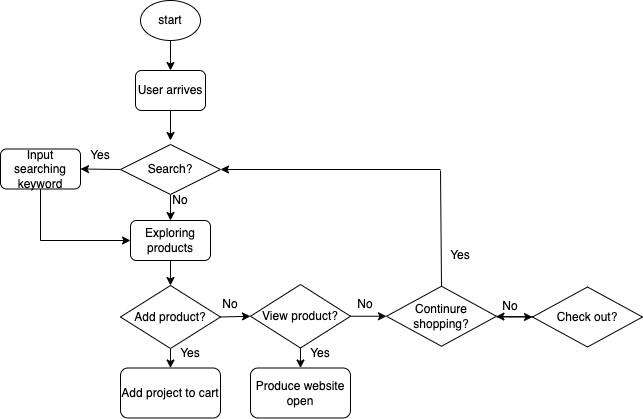
The draw.io diagram explore/diagramming/diagram.drawio.png in Sara0112/sp24-cse110-lab4, before a commit. Source tidied: cells renumbered, new cells last; positions are measured from the earlier drawing's top-left corner, leaving out a move shared by most shapes. The source it was exported from:
```xml
<mxGraphModel>
  <root>
    <mxCell id="0" />
    <mxCell id="1" parent="0" />
    <mxCell id="2" value="start" style="ellipse;whiteSpace=wrap;html=1;" parent="1" vertex="1">
      <mxGeometry x="140" width="60" height="40" as="geometry" />
    </mxCell>
    <mxCell id="3" value="User arrives" style="rounded=1;whiteSpace=wrap;html=1;" parent="1" vertex="1">
      <mxGeometry x="135" y="70" width="70" height="40" as="geometry" />
    </mxCell>
    <mxCell id="4" style="edgeStyle=none;html=1;exitX=0;exitY=0.5;exitDx=0;exitDy=0;entryX=1;entryY=0.5;entryDx=0;entryDy=0;" parent="1" edge="1" source="5" target="8">
      <mxGeometry relative="1" as="geometry" />
    </mxCell>
    <mxCell id="5" value="Search?" style="rhombus;whiteSpace=wrap;html=1;" parent="1" vertex="1">
      <mxGeometry x="120" y="144" width="100" height="50" as="geometry" />
    </mxCell>
    <mxCell id="6" style="edgeStyle=none;html=1;exitX=0.5;exitY=1;exitDx=0;exitDy=0;entryX=0.5;entryY=0;entryDx=0;entryDy=0;" parent="1" edge="1" source="7" target="18">
      <mxGeometry relative="1" as="geometry" />
    </mxCell>
    <mxCell id="7" value="Exploring products" style="rounded=1;whiteSpace=wrap;html=1;" parent="1" vertex="1">
      <mxGeometry x="130" y="220" width="80" height="40" as="geometry" />
    </mxCell>
    <mxCell id="8" value="Input searching keyword" style="rounded=1;whiteSpace=wrap;html=1;" parent="1" vertex="1">
      <mxGeometry y="148.5" width="80" height="40" as="geometry" />
    </mxCell>
    <mxCell id="9" style="endArrow=classic;html=1;exitX=0.5;exitY=1;exitDx=0;exitDy=0;entryX=0.5;entryY=0;entryDx=0;entryDy=0;" parent="1" edge="1" source="2" target="3">
      <mxGeometry relative="1" as="geometry" />
    </mxCell>
    <mxCell id="10" style="endArrow=classic;html=1;exitX=0.5;exitY=1;exitDx=0;exitDy=0;entryX=0.5;entryY=0;entryDx=0;entryDy=0;" parent="1" edge="1">
      <mxGeometry relative="1" as="geometry">
        <mxPoint x="170" y="110" as="sourcePoint" />
        <mxPoint x="170" y="140" as="targetPoint" />
      </mxGeometry>
    </mxCell>
    <mxCell id="11" style="endArrow=classic;html=1;exitX=0.5;exitY=1;exitDx=0;exitDy=0;entryX=0.5;entryY=0;entryDx=0;entryDy=0;" parent="1" edge="1" source="5" target="7">
      <mxGeometry relative="1" as="geometry" />
    </mxCell>
    <mxCell id="12" value="Yes" style="text;html=1;strokeColor=none;fillColor=none;align=center;verticalAlign=middle;whiteSpace=wrap;rounded=0;" parent="1" vertex="1">
      <mxGeometry x="70" y="140" width="60" height="30" as="geometry" />
    </mxCell>
    <mxCell id="13" value="No" style="text;html=1;strokeColor=none;fillColor=none;align=center;verticalAlign=middle;whiteSpace=wrap;rounded=0;rotation=0;" parent="1" vertex="1">
      <mxGeometry x="150" y="185" width="60" height="30" as="geometry" />
    </mxCell>
    <mxCell id="14" style="endArrow=none;html=1;entryX=0.5;entryY=1;entryDx=0;entryDy=0;" parent="1" edge="1" target="8">
      <mxGeometry relative="1" as="geometry">
        <mxPoint x="40" y="240" as="sourcePoint" />
      </mxGeometry>
    </mxCell>
    <mxCell id="15" style="edgeStyle=none;html=1;exitX=0.5;exitY=1;exitDx=0;exitDy=0;" parent="1" edge="1" source="18" target="19">
      <mxGeometry relative="1" as="geometry" />
    </mxCell>
    <mxCell id="16" style="edgeStyle=none;html=1;exitX=1;exitY=0.5;exitDx=0;exitDy=0;entryX=0;entryY=0.5;entryDx=0;entryDy=0;" parent="1" edge="1" source="18" target="23">
      <mxGeometry relative="1" as="geometry" />
    </mxCell>
    <mxCell id="17" style="edgeStyle=none;html=1;" parent="1" edge="1" source="18">
      <mxGeometry relative="1" as="geometry">
        <mxPoint x="170" y="284" as="targetPoint" />
      </mxGeometry>
    </mxCell>
    <mxCell id="18" value="Add product?" style="rhombus;whiteSpace=wrap;html=1;" parent="1" vertex="1">
      <mxGeometry x="120" y="285" width="100" height="63" as="geometry" />
    </mxCell>
    <mxCell id="19" value="Add project to cart" style="rounded=1;whiteSpace=wrap;html=1;" parent="1" vertex="1">
      <mxGeometry x="120" y="367.5" width="100" height="50" as="geometry" />
    </mxCell>
    <mxCell id="20" value="Yes" style="text;html=1;strokeColor=none;fillColor=none;align=center;verticalAlign=middle;whiteSpace=wrap;rounded=0;" parent="1" vertex="1">
      <mxGeometry x="160" y="337.5" width="60" height="30" as="geometry" />
    </mxCell>
    <mxCell id="21" value="No" style="text;html=1;strokeColor=none;fillColor=none;align=center;verticalAlign=middle;whiteSpace=wrap;rounded=0;" parent="1" vertex="1">
      <mxGeometry x="200" y="287.5" width="60" height="33" as="geometry" />
    </mxCell>
    <mxCell id="22" style="edgeStyle=none;html=1;exitX=1;exitY=0.5;exitDx=0;exitDy=0;entryX=0;entryY=0.5;entryDx=0;entryDy=0;" parent="1" edge="1" source="23" target="27">
      <mxGeometry relative="1" as="geometry" />
    </mxCell>
    <mxCell id="23" value="View product?" style="rhombus;whiteSpace=wrap;html=1;" parent="1" vertex="1">
      <mxGeometry x="250" y="284" width="100" height="63.5" as="geometry" />
    </mxCell>
    <mxCell id="24" style="edgeStyle=none;html=1;" parent="1" edge="1" target="25">
      <mxGeometry relative="1" as="geometry">
        <mxPoint x="300" y="347.5" as="sourcePoint" />
      </mxGeometry>
    </mxCell>
    <mxCell id="25" value="Produce website open" style="rounded=1;whiteSpace=wrap;html=1;" parent="1" vertex="1">
      <mxGeometry x="250" y="367.5" width="100" height="50" as="geometry" />
    </mxCell>
    <mxCell id="26" value="Yes" style="text;html=1;strokeColor=none;fillColor=none;align=center;verticalAlign=middle;whiteSpace=wrap;rounded=0;" parent="1" vertex="1">
      <mxGeometry x="290" y="337.5" width="60" height="30" as="geometry" />
    </mxCell>
    <mxCell id="27" value="Continure shopping?" style="rhombus;whiteSpace=wrap;html=1;" parent="1" vertex="1">
      <mxGeometry x="386" y="285.8" width="110" height="60" as="geometry" />
    </mxCell>
    <mxCell id="28" value="No" style="text;html=1;strokeColor=none;fillColor=none;align=center;verticalAlign=middle;whiteSpace=wrap;rounded=0;" parent="1" vertex="1">
      <mxGeometry x="335" y="290.5" width="60" height="27" as="geometry" />
    </mxCell>
    <mxCell id="29" style="endArrow=classic;html=1;entryX=0;entryY=0.5;entryDx=0;entryDy=0;" parent="1" edge="1" target="7">
      <mxGeometry relative="1" as="geometry">
        <mxPoint x="40" y="240" as="sourcePoint" />
      </mxGeometry>
    </mxCell>
    <mxCell id="30" style="endArrow=classic;html=1;entryX=1;entryY=0.5;entryDx=0;entryDy=0;" parent="1" edge="1" target="5">
      <mxGeometry relative="1" as="geometry">
        <mxPoint x="440" y="169" as="sourcePoint" />
      </mxGeometry>
    </mxCell>
    <mxCell id="31" style="endArrow=none;html=1;exitX=0.5;exitY=0;exitDx=0;exitDy=0;" parent="1" edge="1" source="27">
      <mxGeometry relative="1" as="geometry">
        <mxPoint x="440" y="170" as="targetPoint" />
      </mxGeometry>
    </mxCell>
    <mxCell id="32" value="Yes" style="text;html=1;strokeColor=none;fillColor=none;align=center;verticalAlign=middle;whiteSpace=wrap;rounded=0;" parent="1" vertex="1">
      <mxGeometry x="430" y="240" width="60" height="30" as="geometry" />
    </mxCell>
    <mxCell id="33" style="edgeStyle=none;html=1;exitX=1;exitY=0.5;exitDx=0;exitDy=0;entryX=0;entryY=0.5;entryDx=0;entryDy=0;" parent="1" edge="1" target="35">
      <mxGeometry relative="1" as="geometry">
        <mxPoint x="496" y="316.5" as="sourcePoint" />
      </mxGeometry>
    </mxCell>
    <mxCell id="34" style="edgeStyle=none;html=1;" parent="1" edge="1" source="35" target="27">
      <mxGeometry relative="1" as="geometry" />
    </mxCell>
    <mxCell id="35" value="Check out?" style="rhombus;whiteSpace=wrap;html=1;" parent="1" vertex="1">
      <mxGeometry x="532" y="286.5" width="110" height="60" as="geometry" />
    </mxCell>
    <mxCell id="36" value="No" style="text;html=1;strokeColor=none;fillColor=none;align=center;verticalAlign=middle;whiteSpace=wrap;rounded=0;" parent="1" vertex="1">
      <mxGeometry x="480" y="290.5" width="60" height="30" as="geometry" />
    </mxCell>
  </root>
</mxGraphModel>
```
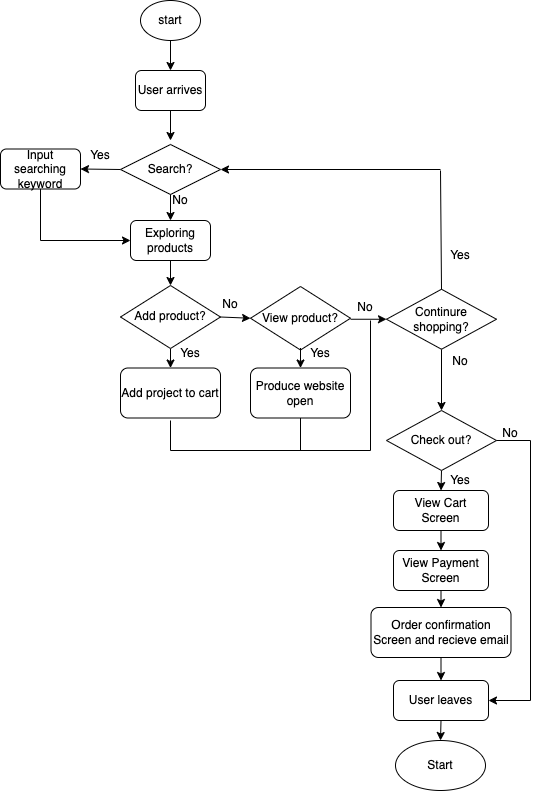
Above is the later version.

Diff of the diagram source:
```diff
@@ -69,11 +69,14 @@
     <mxCell id="21" value="No" style="text;html=1;strokeColor=none;fillColor=none;align=center;verticalAlign=middle;whiteSpace=wrap;rounded=0;" parent="1" vertex="1">
       <mxGeometry x="200" y="287.5" width="60" height="33" as="geometry" />
     </mxCell>
-    <mxCell id="22" style="edgeStyle=none;html=1;exitX=1;exitY=0.5;exitDx=0;exitDy=0;entryX=0;entryY=0.5;entryDx=0;entryDy=0;" parent="1" edge="1" source="23" target="27">
-      <mxGeometry relative="1" as="geometry" />
+    <mxCell id="22" style="edgeStyle=none;html=1;exitX=1;exitY=0.5;exitDx=0;exitDy=0;entryX=0;entryY=0.5;entryDx=0;entryDy=0;" parent="1" edge="1">
+      <mxGeometry relative="1" as="geometry">
+        <mxPoint x="350" y="318.8" as="sourcePoint" />
+        <mxPoint x="386" y="318.8" as="targetPoint" />
+      </mxGeometry>
     </mxCell>
     <mxCell id="23" value="View product?" style="rhombus;whiteSpace=wrap;html=1;" parent="1" vertex="1">
-      <mxGeometry x="250" y="284" width="100" height="63.5" as="geometry" />
+      <mxGeometry x="250" y="286" width="100" height="63.5" as="geometry" />
     </mxCell>
     <mxCell id="24" style="edgeStyle=none;html=1;" parent="1" edge="1" target="25">
       <mxGeometry relative="1" as="geometry">
@@ -86,11 +89,14 @@
     <mxCell id="26" value="Yes" style="text;html=1;strokeColor=none;fillColor=none;align=center;verticalAlign=middle;whiteSpace=wrap;rounded=0;" parent="1" vertex="1">
       <mxGeometry x="290" y="337.5" width="60" height="30" as="geometry" />
     </mxCell>
+    <mxCell id="37" style="edgeStyle=none;html=1;exitX=0.5;exitY=1;exitDx=0;exitDy=0;entryX=0.5;entryY=0;entryDx=0;entryDy=0;" parent="1" edge="1" source="27" target="35">
+      <mxGeometry relative="1" as="geometry" />
+    </mxCell>
     <mxCell id="27" value="Continure shopping?" style="rhombus;whiteSpace=wrap;html=1;" parent="1" vertex="1">
-      <mxGeometry x="386" y="285.8" width="110" height="60" as="geometry" />
+      <mxGeometry x="386" y="288.8" width="110" height="60" as="geometry" />
     </mxCell>
     <mxCell id="28" value="No" style="text;html=1;strokeColor=none;fillColor=none;align=center;verticalAlign=middle;whiteSpace=wrap;rounded=0;" parent="1" vertex="1">
-      <mxGeometry x="335" y="290.5" width="60" height="27" as="geometry" />
+      <mxGeometry x="335" y="293.5" width="60" height="27" as="geometry" />
     </mxCell>
     <mxCell id="29" style="endArrow=classic;html=1;entryX=0;entryY=0.5;entryDx=0;entryDy=0;" parent="1" edge="1" target="7">
       <mxGeometry relative="1" as="geometry">
@@ -110,19 +116,86 @@
     <mxCell id="32" value="Yes" style="text;html=1;strokeColor=none;fillColor=none;align=center;verticalAlign=middle;whiteSpace=wrap;rounded=0;" parent="1" vertex="1">
       <mxGeometry x="430" y="240" width="60" height="30" as="geometry" />
     </mxCell>
-    <mxCell id="33" style="edgeStyle=none;html=1;exitX=1;exitY=0.5;exitDx=0;exitDy=0;entryX=0;entryY=0.5;entryDx=0;entryDy=0;" parent="1" edge="1" target="35">
-      <mxGeometry relative="1" as="geometry">
-        <mxPoint x="496" y="316.5" as="sourcePoint" />
-      </mxGeometry>
-    </mxCell>
-    <mxCell id="34" style="edgeStyle=none;html=1;" parent="1" edge="1" source="35" target="27">
-      <mxGeometry relative="1" as="geometry" />
-    </mxCell>
+    <mxCell id="38" style="edgeStyle=none;html=1;exitX=0.5;exitY=1;exitDx=0;exitDy=0;entryX=0.5;entryY=0;entryDx=0;entryDy=0;" parent="1" edge="1" source="35" target="45">
+      <mxGeometry relative="1" as="geometry" />
+    </mxCell>
     <mxCell id="35" value="Check out?" style="rhombus;whiteSpace=wrap;html=1;" parent="1" vertex="1">
-      <mxGeometry x="532" y="286.5" width="110" height="60" as="geometry" />
+      <mxGeometry x="386" y="410" width="110" height="60" as="geometry" />
     </mxCell>
-    <mxCell id="36" value="No" style="text;html=1;strokeColor=none;fillColor=none;align=center;verticalAlign=middle;whiteSpace=wrap;rounded=0;" parent="1" vertex="1">
-      <mxGeometry x="480" y="290.5" width="60" height="30" as="geometry" />
-    </mxCell>
+    <mxCell id="39" value="No" style="text;html=1;strokeColor=none;fillColor=none;align=center;verticalAlign=middle;whiteSpace=wrap;rounded=0;" parent="1" vertex="1">
+      <mxGeometry x="430" y="345.8" width="60" height="30" as="geometry" />
+    </mxCell>
+    <mxCell id="40" style="endArrow=none;html=1;" parent="1" edge="1">
+      <mxGeometry relative="1" as="geometry">
+        <mxPoint x="170" y="420" as="sourcePoint" />
+        <mxPoint x="170" y="450" as="targetPoint" />
+      </mxGeometry>
+    </mxCell>
+    <mxCell id="41" style="endArrow=none;html=1;" parent="1" edge="1">
+      <mxGeometry relative="1" as="geometry">
+        <mxPoint x="170" y="450" as="sourcePoint" />
+        <mxPoint x="370" y="450" as="targetPoint" />
+      </mxGeometry>
+    </mxCell>
+    <mxCell id="42" style="endArrow=none;html=1;exitX=0.5;exitY=1;exitDx=0;exitDy=0;" parent="1" edge="1" source="25">
+      <mxGeometry relative="1" as="geometry">
+        <mxPoint x="300" y="450" as="targetPoint" />
+      </mxGeometry>
+    </mxCell>
+    <mxCell id="43" style="endArrow=none;html=1;" parent="1" edge="1">
+      <mxGeometry relative="1" as="geometry">
+        <mxPoint x="370" y="450" as="sourcePoint" />
+        <mxPoint x="370" y="320" as="targetPoint" />
+      </mxGeometry>
+    </mxCell>
+    <mxCell id="44" style="edgeStyle=none;html=1;exitX=0.5;exitY=1;exitDx=0;exitDy=0;entryX=0.5;entryY=0;entryDx=0;entryDy=0;" parent="1" edge="1" source="45" target="47">
+      <mxGeometry relative="1" as="geometry" />
+    </mxCell>
+    <mxCell id="45" value="View Cart Screen" style="rounded=1;whiteSpace=wrap;html=1;" parent="1" vertex="1">
+      <mxGeometry x="393" y="490" width="95" height="40" as="geometry" />
+    </mxCell>
+    <mxCell id="46" style="edgeStyle=none;html=1;exitX=0.5;exitY=1;exitDx=0;exitDy=0;entryX=0.5;entryY=0;entryDx=0;entryDy=0;" parent="1" edge="1" source="47" target="49">
+      <mxGeometry relative="1" as="geometry" />
+    </mxCell>
+    <mxCell id="47" value="View Payment Screen" style="rounded=1;whiteSpace=wrap;html=1;" parent="1" vertex="1">
+      <mxGeometry x="393" y="550" width="95" height="40" as="geometry" />
+    </mxCell>
+    <mxCell id="48" style="edgeStyle=none;html=1;exitX=0.5;exitY=1;exitDx=0;exitDy=0;entryX=0.5;entryY=0;entryDx=0;entryDy=0;" parent="1" edge="1" source="49" target="51">
+      <mxGeometry relative="1" as="geometry" />
+    </mxCell>
+    <mxCell id="49" value="Order confirmation Screen and recieve email" style="rounded=1;whiteSpace=wrap;html=1;" parent="1" vertex="1">
+      <mxGeometry x="370.5" y="607" width="140" height="50" as="geometry" />
+    </mxCell>
+    <mxCell id="50" style="edgeStyle=none;html=1;exitX=0.5;exitY=1;exitDx=0;exitDy=0;entryX=0.5;entryY=0;entryDx=0;entryDy=0;" parent="1" edge="1" source="51" target="57">
+      <mxGeometry relative="1" as="geometry" />
+    </mxCell>
+    <mxCell id="51" value="User leaves" style="rounded=1;whiteSpace=wrap;html=1;" parent="1" vertex="1">
+      <mxGeometry x="393" y="680" width="95" height="40" as="geometry" />
+    </mxCell>
+    <mxCell id="52" style="endArrow=none;html=1;entryX=1;entryY=0.5;entryDx=0;entryDy=0;" parent="1" edge="1" target="35">
+      <mxGeometry relative="1" as="geometry">
+        <mxPoint x="530" y="440" as="sourcePoint" />
+      </mxGeometry>
+    </mxCell>
+    <mxCell id="53" style="endArrow=classic;html=1;entryX=1;entryY=0.5;entryDx=0;entryDy=0;" parent="1" edge="1" target="51">
+      <mxGeometry relative="1" as="geometry">
+        <mxPoint x="530" y="700" as="sourcePoint" />
+      </mxGeometry>
+    </mxCell>
+    <mxCell id="54" style="endArrow=none;html=1;" parent="1" edge="1">
+      <mxGeometry relative="1" as="geometry">
+        <mxPoint x="530" y="700" as="sourcePoint" />
+        <mxPoint x="530" y="440" as="targetPoint" />
+      </mxGeometry>
+    </mxCell>
+    <mxCell id="55" value="No" style="text;html=1;strokeColor=none;fillColor=none;align=center;verticalAlign=middle;whiteSpace=wrap;rounded=0;" parent="1" vertex="1">
+      <mxGeometry x="480" y="417.5" width="60" height="30" as="geometry" />
+    </mxCell>
+    <mxCell id="56" value="Yes" style="text;html=1;strokeColor=none;fillColor=none;align=center;verticalAlign=middle;whiteSpace=wrap;rounded=0;" parent="1" vertex="1">
+      <mxGeometry x="430" y="465" width="60" height="30" as="geometry" />
+    </mxCell>
+    <mxCell id="57" value="Start" style="ellipse;whiteSpace=wrap;html=1;" parent="1" vertex="1">
+      <mxGeometry x="395" y="740" width="90" height="50" as="geometry" />
+    </mxCell>
   </root>
 </mxGraphModel>
```
